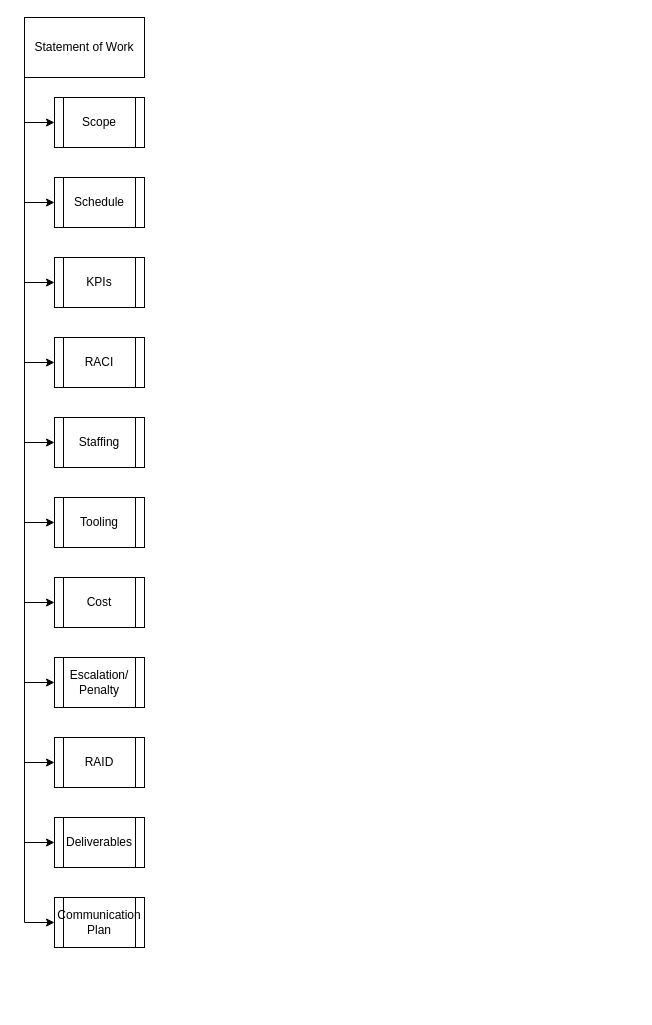
Earlier version of the draw.io diagram page "Page-2" (2 of 2) of QE Process Mapping .drawio (ilanjaya/TestCOE). Source tidied: cells renumbered, new cells numbered last; positions are measured from the earlier drawing's top-left corner, leaving out a move shared by most shapes. Both pictures are drawn from the tidied source at 100%, with x=0, y=0 at pixel (24, 17).
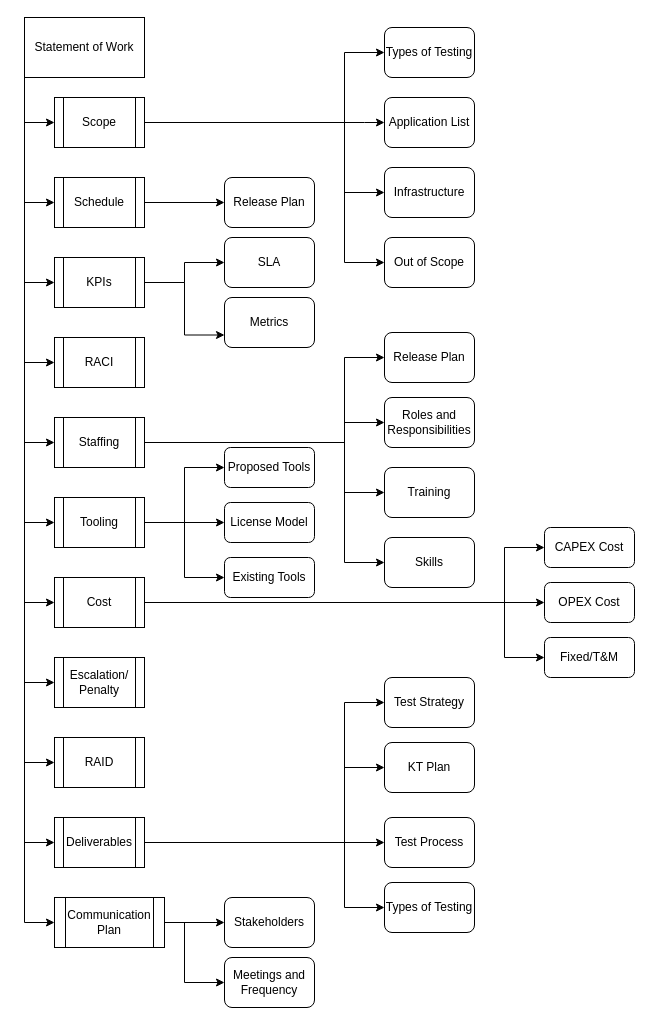
After the change.

The change refers to these unchanged cells:
```xml
<mxCell id="14" value="Scope" style="shape=process;whiteSpace=wrap;html=1;backgroundOutline=1;" parent="1" vertex="1">
  <mxGeometry x="30" y="80" width="90" height="50" as="geometry" />
</mxCell>
<mxCell id="15" value="Schedule" style="shape=process;whiteSpace=wrap;html=1;backgroundOutline=1;" parent="1" vertex="1">
  <mxGeometry x="30" y="160" width="90" height="50" as="geometry" />
</mxCell>
<mxCell id="16" value="KPIs" style="shape=process;whiteSpace=wrap;html=1;backgroundOutline=1;" parent="1" vertex="1">
  <mxGeometry x="30" y="240" width="90" height="50" as="geometry" />
</mxCell>
<mxCell id="18" value="Staffing" style="shape=process;whiteSpace=wrap;html=1;backgroundOutline=1;" parent="1" vertex="1">
  <mxGeometry x="30" y="400" width="90" height="50" as="geometry" />
</mxCell>
<mxCell id="19" value="Tooling" style="shape=process;whiteSpace=wrap;html=1;backgroundOutline=1;" parent="1" vertex="1">
  <mxGeometry x="30" y="480" width="90" height="50" as="geometry" />
</mxCell>
<mxCell id="20" value="Cost" style="shape=process;whiteSpace=wrap;html=1;backgroundOutline=1;" parent="1" vertex="1">
  <mxGeometry x="30" y="560" width="90" height="50" as="geometry" />
</mxCell>
<mxCell id="23" value="Deliverables" style="shape=process;whiteSpace=wrap;html=1;backgroundOutline=1;" parent="1" vertex="1">
  <mxGeometry x="30" y="800" width="90" height="50" as="geometry" />
</mxCell>
```

The edit, as a diff of the source:
```diff
@@
+    <mxCell id="25" style="edgeStyle=orthogonalEdgeStyle;rounded=0;jettySize=auto;html=1;exitX=1;exitY=0.5;exitDx=0;exitDy=0;entryX=0;entryY=0.5;entryDx=0;entryDy=0;" parent="1" edge="1" source="14" target="49">
+      <mxGeometry relative="1" as="geometry">
+        <Array as="points">
+          <mxPoint x="320" y="105" />
+          <mxPoint x="320" y="35" />
+        </Array>
+      </mxGeometry>
+    </mxCell>
+    <mxCell id="26" style="edgeStyle=orthogonalEdgeStyle;rounded=0;jettySize=auto;html=1;exitX=1;exitY=0.5;exitDx=0;exitDy=0;entryX=0;entryY=0.5;entryDx=0;entryDy=0;" parent="1" edge="1" source="14" target="50">
+      <mxGeometry relative="1" as="geometry">
+        <Array as="points">
+          <mxPoint x="340" y="105" />
+          <mxPoint x="340" y="105" />
+        </Array>
+      </mxGeometry>
+    </mxCell>
+    <mxCell id="27" style="edgeStyle=orthogonalEdgeStyle;rounded=0;jettySize=auto;html=1;exitX=1;exitY=0.5;exitDx=0;exitDy=0;entryX=0;entryY=0.5;entryDx=0;entryDy=0;" parent="1" edge="1" source="14" target="51">
+      <mxGeometry relative="1" as="geometry">
+        <Array as="points">
+          <mxPoint x="320" y="105" />
+          <mxPoint x="320" y="175" />
+        </Array>
+      </mxGeometry>
+    </mxCell>
+    <mxCell id="28" style="edgeStyle=orthogonalEdgeStyle;rounded=0;jettySize=auto;html=1;exitX=1;exitY=0.5;exitDx=0;exitDy=0;entryX=0;entryY=0.5;entryDx=0;entryDy=0;" parent="1" edge="1" source="14" target="52">
+      <mxGeometry relative="1" as="geometry">
+        <Array as="points">
+          <mxPoint x="320" y="105" />
+          <mxPoint x="320" y="245" />
+        </Array>
+      </mxGeometry>
+    </mxCell>
@@
+    <mxCell id="29" style="edgeStyle=orthogonalEdgeStyle;rounded=0;jettySize=auto;html=1;exitX=1;exitY=0.5;exitDx=0;exitDy=0;entryX=0;entryY=0.5;entryDx=0;entryDy=0;" parent="1" edge="1" source="15" target="48">
+      <mxGeometry relative="1" as="geometry" />
+    </mxCell>
@@
+    <mxCell id="30" style="edgeStyle=orthogonalEdgeStyle;rounded=0;jettySize=auto;html=1;exitX=1;exitY=0.5;exitDx=0;exitDy=0;entryX=0;entryY=0.5;entryDx=0;entryDy=0;" parent="1" edge="1" source="16" target="53">
+      <mxGeometry relative="1" as="geometry" />
+    </mxCell>
+    <mxCell id="31" style="edgeStyle=orthogonalEdgeStyle;rounded=0;jettySize=auto;html=1;exitX=1;exitY=0.5;exitDx=0;exitDy=0;entryX=0;entryY=0.75;entryDx=0;entryDy=0;" parent="1" edge="1" source="16" target="54">
+      <mxGeometry relative="1" as="geometry" />
+    </mxCell>
@@
+    <mxCell id="32" style="edgeStyle=orthogonalEdgeStyle;rounded=0;jettySize=auto;html=1;exitX=1;exitY=0.5;exitDx=0;exitDy=0;entryX=0;entryY=0.5;entryDx=0;entryDy=0;" parent="1" edge="1" source="18" target="55">
+      <mxGeometry relative="1" as="geometry">
+        <Array as="points">
+          <mxPoint x="320" y="425" />
+          <mxPoint x="320" y="340" />
+        </Array>
+      </mxGeometry>
+    </mxCell>
+    <mxCell id="33" style="edgeStyle=orthogonalEdgeStyle;rounded=0;jettySize=auto;html=1;exitX=1;exitY=0.5;exitDx=0;exitDy=0;entryX=0;entryY=0.5;entryDx=0;entryDy=0;" parent="1" edge="1" source="18" target="56">
+      <mxGeometry relative="1" as="geometry">
+        <Array as="points">
+          <mxPoint x="320" y="425" />
+          <mxPoint x="320" y="405" />
+        </Array>
+      </mxGeometry>
+    </mxCell>
+    <mxCell id="34" style="edgeStyle=orthogonalEdgeStyle;rounded=0;jettySize=auto;html=1;exitX=1;exitY=0.5;exitDx=0;exitDy=0;entryX=0;entryY=0.5;entryDx=0;entryDy=0;" parent="1" edge="1" source="18" target="57">
+      <mxGeometry relative="1" as="geometry">
+        <Array as="points">
+          <mxPoint x="320" y="425" />
+          <mxPoint x="320" y="475" />
+        </Array>
+      </mxGeometry>
+    </mxCell>
+    <mxCell id="35" style="edgeStyle=orthogonalEdgeStyle;rounded=0;jettySize=auto;html=1;exitX=1;exitY=0.5;exitDx=0;exitDy=0;entryX=0;entryY=0.5;entryDx=0;entryDy=0;" parent="1" edge="1" source="18" target="58">
+      <mxGeometry relative="1" as="geometry">
+        <Array as="points">
+          <mxPoint x="320" y="425" />
+          <mxPoint x="320" y="545" />
+        </Array>
+      </mxGeometry>
+    </mxCell>
@@
+    <mxCell id="36" style="edgeStyle=orthogonalEdgeStyle;rounded=0;jettySize=auto;html=1;exitX=1;exitY=0.5;exitDx=0;exitDy=0;entryX=0;entryY=0.5;entryDx=0;entryDy=0;" parent="1" edge="1" source="19" target="59">
+      <mxGeometry relative="1" as="geometry" />
+    </mxCell>
+    <mxCell id="37" style="edgeStyle=orthogonalEdgeStyle;rounded=0;jettySize=auto;html=1;exitX=1;exitY=0.5;exitDx=0;exitDy=0;entryX=0;entryY=0.5;entryDx=0;entryDy=0;" parent="1" edge="1" source="19" target="60">
+      <mxGeometry relative="1" as="geometry" />
+    </mxCell>
+    <mxCell id="38" style="edgeStyle=orthogonalEdgeStyle;rounded=0;jettySize=auto;html=1;exitX=1;exitY=0.5;exitDx=0;exitDy=0;entryX=0;entryY=0.5;entryDx=0;entryDy=0;" parent="1" edge="1" source="19" target="61">
+      <mxGeometry relative="1" as="geometry" />
+    </mxCell>
@@
+    <mxCell id="39" style="edgeStyle=orthogonalEdgeStyle;rounded=0;jettySize=auto;html=1;exitX=1;exitY=0.5;exitDx=0;exitDy=0;entryX=0;entryY=0.5;entryDx=0;entryDy=0;" parent="1" edge="1" source="20" target="63">
+      <mxGeometry relative="1" as="geometry" />
+    </mxCell>
+    <mxCell id="40" style="edgeStyle=orthogonalEdgeStyle;rounded=0;jettySize=auto;html=1;exitX=1;exitY=0.5;exitDx=0;exitDy=0;entryX=0;entryY=0.5;entryDx=0;entryDy=0;" parent="1" edge="1" source="20" target="62">
+      <mxGeometry relative="1" as="geometry">
+        <Array as="points">
+          <mxPoint x="480" y="585" />
+          <mxPoint x="480" y="530" />
+        </Array>
+      </mxGeometry>
+    </mxCell>
+    <mxCell id="41" style="edgeStyle=orthogonalEdgeStyle;rounded=0;jettySize=auto;html=1;exitX=1;exitY=0.5;exitDx=0;exitDy=0;entryX=0;entryY=0.5;entryDx=0;entryDy=0;" parent="1" edge="1" source="20" target="64">
+      <mxGeometry relative="1" as="geometry">
+        <Array as="points">
+          <mxPoint x="480" y="585" />
+          <mxPoint x="480" y="640" />
+        </Array>
+      </mxGeometry>
+    </mxCell>
@@
+    <mxCell id="42" style="edgeStyle=orthogonalEdgeStyle;rounded=0;jettySize=auto;html=1;exitX=1;exitY=0.5;exitDx=0;exitDy=0;entryX=0;entryY=0.5;entryDx=0;entryDy=0;" parent="1" edge="1" source="23" target="67">
+      <mxGeometry relative="1" as="geometry" />
+    </mxCell>
+    <mxCell id="43" style="edgeStyle=orthogonalEdgeStyle;rounded=0;jettySize=auto;html=1;exitX=1;exitY=0.5;exitDx=0;exitDy=0;entryX=0;entryY=0.5;entryDx=0;entryDy=0;" parent="1" edge="1" source="23" target="66">
+      <mxGeometry relative="1" as="geometry">
+        <Array as="points">
+          <mxPoint x="320" y="825" />
+          <mxPoint x="320" y="750" />
+        </Array>
+      </mxGeometry>
+    </mxCell>
+    <mxCell id="44" style="edgeStyle=orthogonalEdgeStyle;rounded=0;jettySize=auto;html=1;exitX=1;exitY=0.5;exitDx=0;exitDy=0;entryX=0;entryY=0.5;entryDx=0;entryDy=0;" parent="1" edge="1" source="23" target="68">
+      <mxGeometry relative="1" as="geometry">
+        <Array as="points">
+          <mxPoint x="320" y="825" />
+          <mxPoint x="320" y="890" />
+        </Array>
+      </mxGeometry>
+    </mxCell>
+    <mxCell id="45" style="edgeStyle=orthogonalEdgeStyle;rounded=0;jettySize=auto;html=1;exitX=1;exitY=0.5;exitDx=0;exitDy=0;entryX=0;entryY=0.5;entryDx=0;entryDy=0;" parent="1" edge="1" source="23" target="65">
+      <mxGeometry relative="1" as="geometry">
+        <Array as="points">
+          <mxPoint x="320" y="825" />
+          <mxPoint x="320" y="685" />
+        </Array>
+      </mxGeometry>
+    </mxCell>
@@
+    <mxCell id="46" style="edgeStyle=orthogonalEdgeStyle;rounded=0;jettySize=auto;html=1;exitX=1;exitY=0.5;exitDx=0;exitDy=0;entryX=0;entryY=0.5;entryDx=0;entryDy=0;" parent="1" edge="1" source="24" target="69">
+      <mxGeometry relative="1" as="geometry" />
+    </mxCell>
+    <mxCell id="47" style="edgeStyle=orthogonalEdgeStyle;rounded=0;jettySize=auto;html=1;exitX=1;exitY=0.5;exitDx=0;exitDy=0;entryX=0;entryY=0.5;entryDx=0;entryDy=0;" parent="1" edge="1" source="24" target="70">
+      <mxGeometry relative="1" as="geometry">
+        <Array as="points">
+          <mxPoint x="160" y="905" />
+          <mxPoint x="160" y="965" />
+        </Array>
+      </mxGeometry>
+    </mxCell>
     <mxCell id="24" value="Communication Plan" style="shape=process;whiteSpace=wrap;html=1;backgroundOutline=1;" parent="1" vertex="1">
-      <mxGeometry x="30" y="880" width="90" height="50" as="geometry" />
+      <mxGeometry x="30" y="880" width="110" height="50" as="geometry" />
     </mxCell>
+    <mxCell id="48" value="Release Plan" style="rounded=1;whiteSpace=wrap;html=1;" parent="1" vertex="1">
+      <mxGeometry x="200" y="160" width="90" height="50" as="geometry" />
+    </mxCell>
+    <mxCell id="49" value="Types of Testing" style="rounded=1;whiteSpace=wrap;html=1;" parent="1" vertex="1">
+      <mxGeometry x="360" y="10" width="90" height="50" as="geometry" />
+    </mxCell>
+    <mxCell id="50" value="Application List" style="rounded=1;whiteSpace=wrap;html=1;" parent="1" vertex="1">
+      <mxGeometry x="360" y="80" width="90" height="50" as="geometry" />
+    </mxCell>
+    <mxCell id="51" value="Infrastructure" style="rounded=1;whiteSpace=wrap;html=1;" parent="1" vertex="1">
+      <mxGeometry x="360" y="150" width="90" height="50" as="geometry" />
+    </mxCell>
+    <mxCell id="52" value="Out of Scope" style="rounded=1;whiteSpace=wrap;html=1;" parent="1" vertex="1">
+      <mxGeometry x="360" y="220" width="90" height="50" as="geometry" />
+    </mxCell>
+    <mxCell id="53" value="SLA" style="rounded=1;whiteSpace=wrap;html=1;" parent="1" vertex="1">
+      <mxGeometry x="200" y="220" width="90" height="50" as="geometry" />
+    </mxCell>
+    <mxCell id="54" value="Metrics" style="rounded=1;whiteSpace=wrap;html=1;" parent="1" vertex="1">
+      <mxGeometry x="200" y="280" width="90" height="50" as="geometry" />
+    </mxCell>
+    <mxCell id="55" value="Release Plan" style="rounded=1;whiteSpace=wrap;html=1;" parent="1" vertex="1">
+      <mxGeometry x="360" y="315" width="90" height="50" as="geometry" />
+    </mxCell>
+    <mxCell id="56" value="Roles and Responsibilities" style="rounded=1;whiteSpace=wrap;html=1;" parent="1" vertex="1">
+      <mxGeometry x="360" y="380" width="90" height="50" as="geometry" />
+    </mxCell>
+    <mxCell id="57" value="Training" style="rounded=1;whiteSpace=wrap;html=1;" parent="1" vertex="1">
+      <mxGeometry x="360" y="450" width="90" height="50" as="geometry" />
+    </mxCell>
+    <mxCell id="58" value="Skills" style="rounded=1;whiteSpace=wrap;html=1;" parent="1" vertex="1">
+      <mxGeometry x="360" y="520" width="90" height="50" as="geometry" />
+    </mxCell>
+    <mxCell id="59" value="Proposed Tools" style="rounded=1;whiteSpace=wrap;html=1;" parent="1" vertex="1">
+      <mxGeometry x="200" y="430" width="90" height="40" as="geometry" />
+    </mxCell>
+    <mxCell id="60" value="License Model" style="rounded=1;whiteSpace=wrap;html=1;" parent="1" vertex="1">
+      <mxGeometry x="200" y="485" width="90" height="40" as="geometry" />
+    </mxCell>
+    <mxCell id="61" value="Existing Tools" style="rounded=1;whiteSpace=wrap;html=1;" parent="1" vertex="1">
+      <mxGeometry x="200" y="540" width="90" height="40" as="geometry" />
+    </mxCell>
+    <mxCell id="62" value="CAPEX Cost" style="rounded=1;whiteSpace=wrap;html=1;" parent="1" vertex="1">
+      <mxGeometry x="520" y="510" width="90" height="40" as="geometry" />
+    </mxCell>
+    <mxCell id="63" value="OPEX Cost" style="rounded=1;whiteSpace=wrap;html=1;" parent="1" vertex="1">
+      <mxGeometry x="520" y="565" width="90" height="40" as="geometry" />
+    </mxCell>
+    <mxCell id="64" value="Fixed/T&amp;amp;M" style="rounded=1;whiteSpace=wrap;html=1;" parent="1" vertex="1">
+      <mxGeometry x="520" y="620" width="90" height="40" as="geometry" />
+    </mxCell>
+    <mxCell id="65" value="Test Strategy" style="rounded=1;whiteSpace=wrap;html=1;" parent="1" vertex="1">
+      <mxGeometry x="360" y="660" width="90" height="50" as="geometry" />
+    </mxCell>
+    <mxCell id="66" value="KT Plan" style="rounded=1;whiteSpace=wrap;html=1;" parent="1" vertex="1">
+      <mxGeometry x="360" y="725" width="90" height="50" as="geometry" />
+    </mxCell>
+    <mxCell id="67" value="Test Process" style="rounded=1;whiteSpace=wrap;html=1;" parent="1" vertex="1">
+      <mxGeometry x="360" y="800" width="90" height="50" as="geometry" />
+    </mxCell>
+    <mxCell id="68" value="Types of Testing" style="rounded=1;whiteSpace=wrap;html=1;" parent="1" vertex="1">
+      <mxGeometry x="360" y="865" width="90" height="50" as="geometry" />
+    </mxCell>
+    <mxCell id="69" value="Stakeholders" style="rounded=1;whiteSpace=wrap;html=1;" parent="1" vertex="1">
+      <mxGeometry x="200" y="880" width="90" height="50" as="geometry" />
+    </mxCell>
+    <mxCell id="70" value="Meetings and Frequency" style="rounded=1;whiteSpace=wrap;html=1;" parent="1" vertex="1">
+      <mxGeometry x="200" y="940" width="90" height="50" as="geometry" />
+    </mxCell>
```
